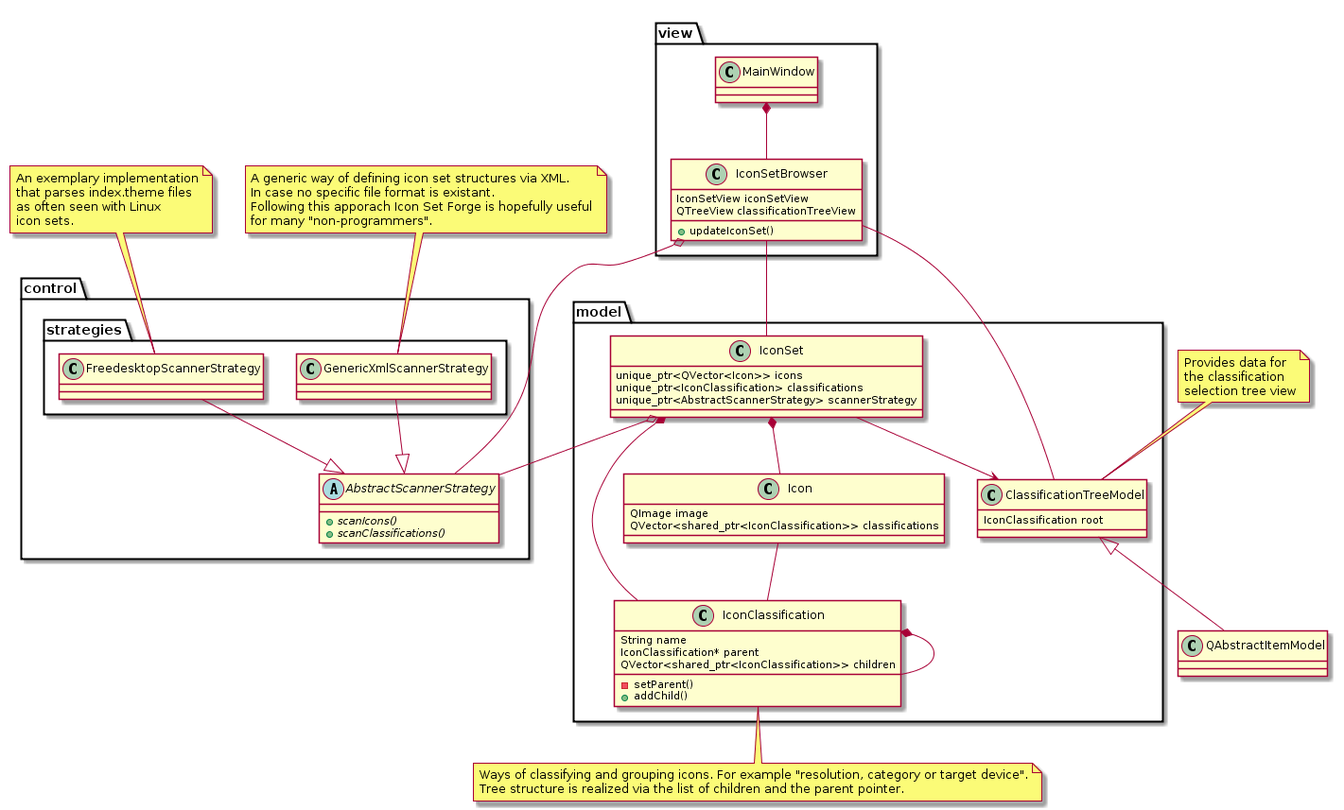
Earlier version of the PlantUML export Concept/UML/classes.png (Manuel-Kehl/Icon-Set-Forge).
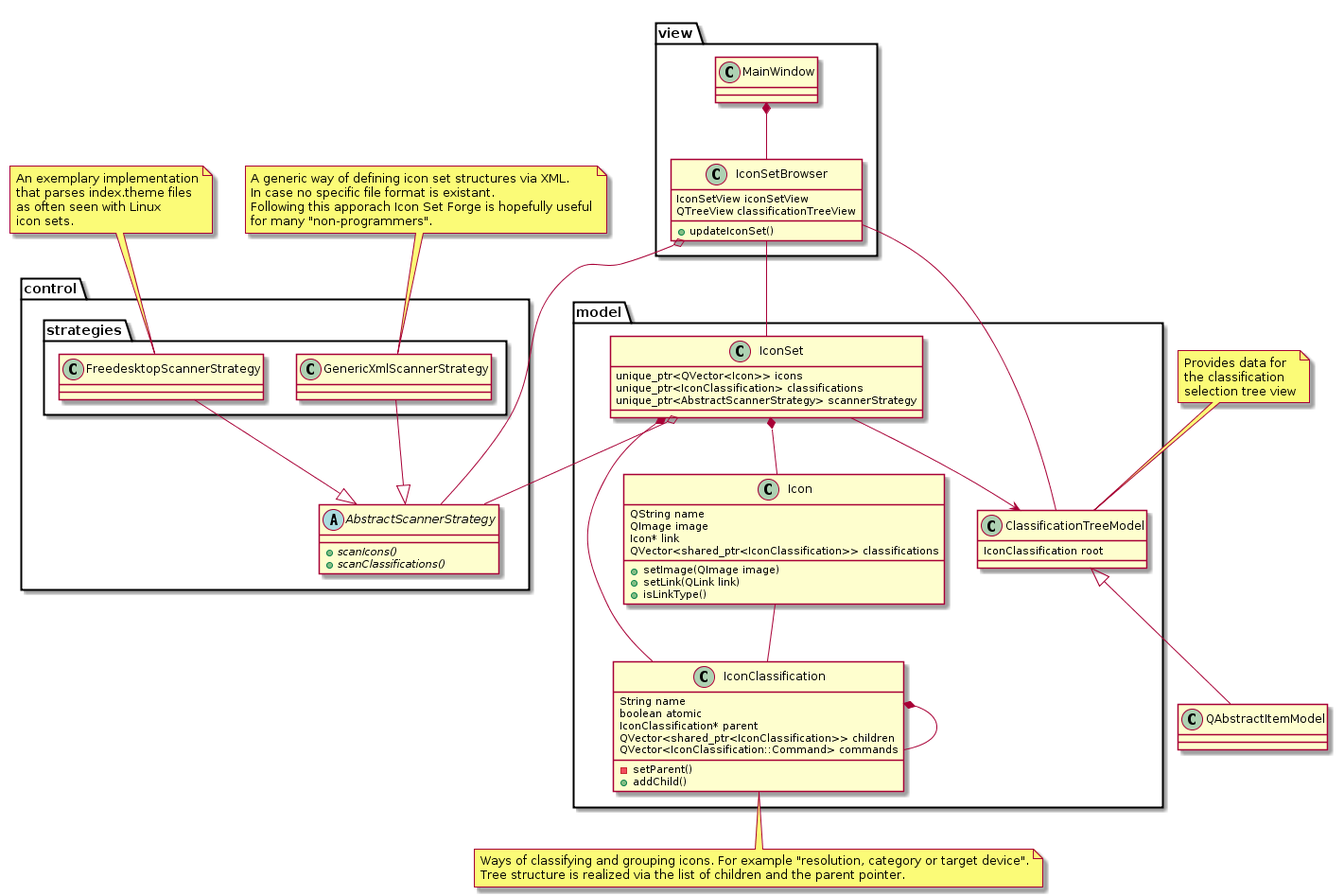
Later version of the same file.

Commit message:
Updated the class diagram to resemble the additions to the model classes.

The edit, as a diff of the source:
```diff
@@ -22,13 +22,13 @@
 	}
 }
 
-MainWindow *-- IconSetBrowser
-
 package model {
 	class IconClassification {
 		String name
+		boolean atomic
 		IconClassification* parent
 		QVector<shared_ptr<IconClassification>> children
+		QVector<IconClassification::Command> commands
 		- setParent()
 		+ addChild()
 	}
@@ -40,8 +40,13 @@
 	}
 
 	class Icon {
+		QString name
 		QImage image
+		Icon* link
 		QVector<shared_ptr<IconClassification>> classifications
+		+setImage(QImage image)
+		+setLink(QLink link)
+		+isLinkType()
 	}
 
 	class ClassificationTreeModel {
@@ -50,16 +55,14 @@
 }
 
 ClassificationTreeModel <|- QAbstractItemModel
-
 IconSetBrowser o-- AbstractScannerStrategy
-
 Icon -- IconClassification
 IconSet *-- Icon
 IconSet *-- IconClassification
 IconSet o- AbstractScannerStrategy
 IconSet --> ClassificationTreeModel
 IconClassification *-- IconClassification
-
+MainWindow *-- IconSetBrowser
 IconSetBrowser -- IconSet
 IconSetBrowser -- ClassificationTreeModel
 
```
